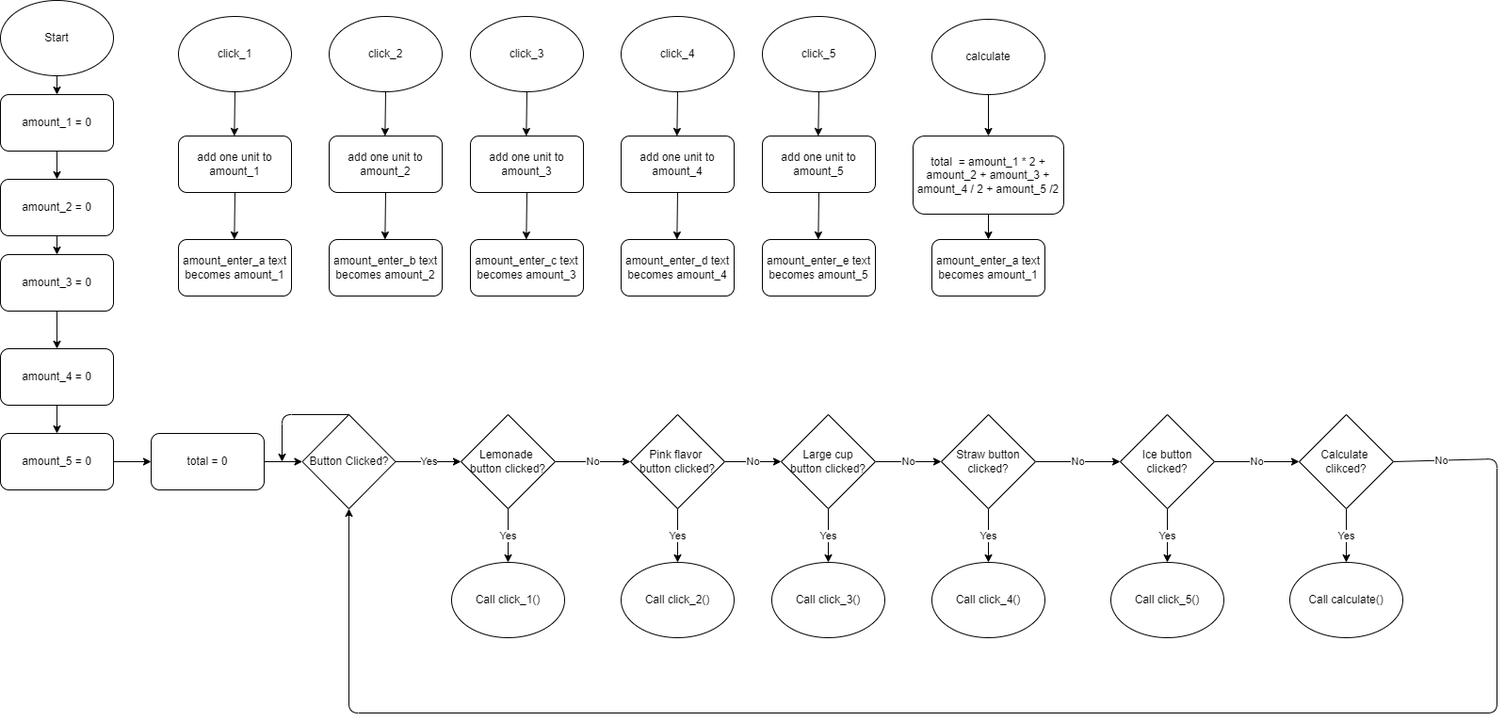
Above: lemonade_flowchart.png in MAL-12DGT-2025/tkinter-projects-oa22010 (draw.io), before the change. Source tidied: cells renumbered, new cells last; positions are measured from the earlier drawing's top-left corner, leaving out a move shared by most shapes.
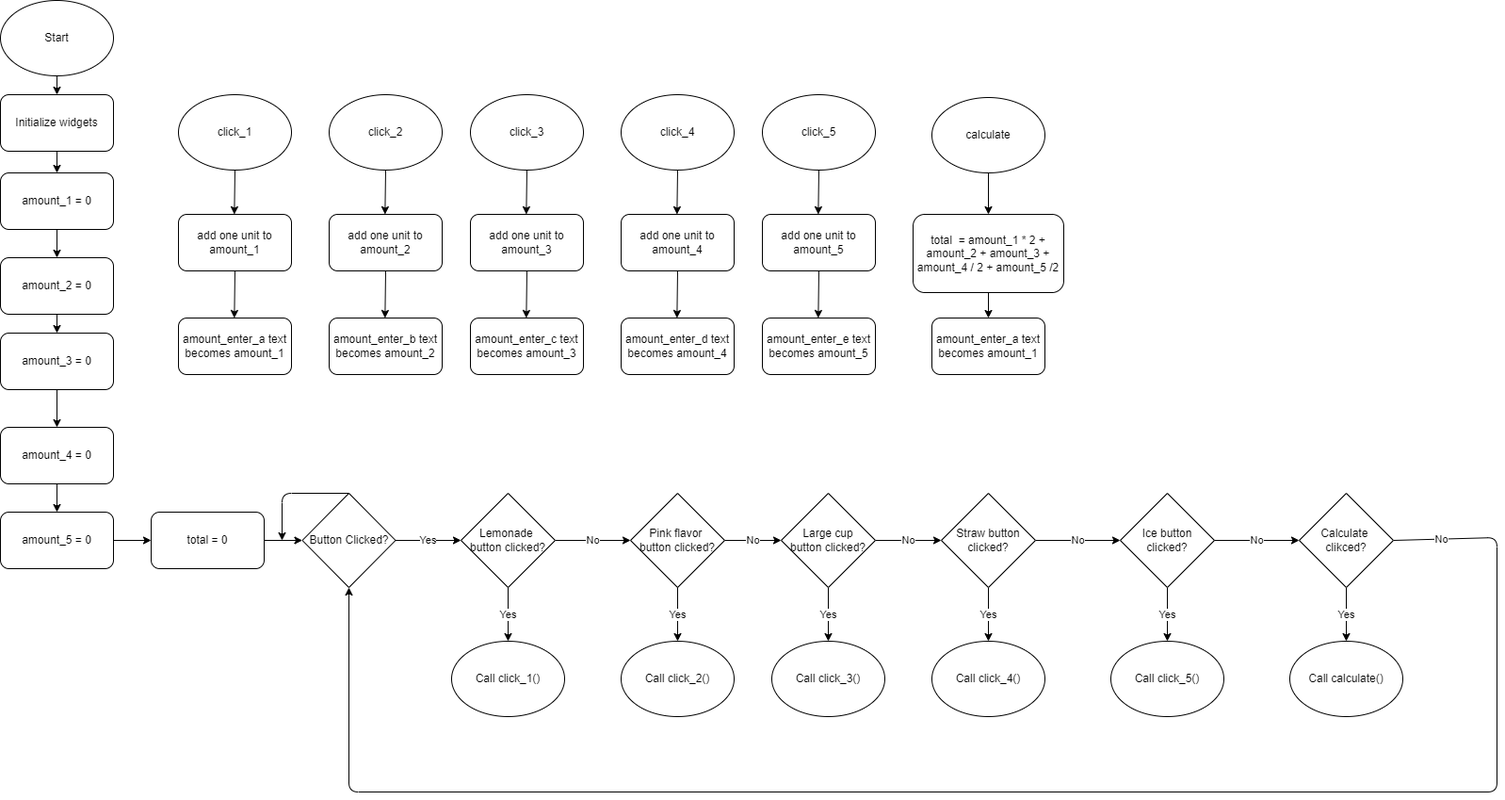
Later version of the same file.

Commit message:
Finished lemonade flowchart and started bible flowchart

The edit, as a diff of the source:
```diff
@@ -2,9 +2,6 @@
   <root>
     <mxCell id="0" />
     <mxCell id="1" parent="0" />
-    <mxCell id="2" style="edgeStyle=none;html=1;exitX=0.5;exitY=1;exitDx=0;exitDy=0;entryX=0.5;entryY=0;entryDx=0;entryDy=0;" parent="1" edge="1" source="16" target="4">
-      <mxGeometry relative="1" as="geometry" />
-    </mxCell>
     <mxCell id="3" style="edgeStyle=none;html=1;exitX=0.5;exitY=1;exitDx=0;exitDy=0;entryX=0.5;entryY=0;entryDx=0;entryDy=0;" parent="1" edge="1" source="4" target="6">
       <mxGeometry relative="1" as="geometry" />
     </mxCell>
@@ -44,8 +41,11 @@
     <mxCell id="15" value="Button Clicked?" style="rhombus;whiteSpace=wrap;html=1;" parent="1" vertex="1">
       <mxGeometry x="320.5" y="440" width="99" height="100" as="geometry" />
     </mxCell>
+    <mxCell id="74" style="edgeStyle=none;html=1;exitX=0.5;exitY=1;exitDx=0;exitDy=0;entryX=0.5;entryY=0;entryDx=0;entryDy=0;" parent="1" edge="1" source="16" target="76">
+      <mxGeometry relative="1" as="geometry" />
+    </mxCell>
     <mxCell id="16" value="Start" style="ellipse;whiteSpace=wrap;html=1;" parent="1" vertex="1">
-      <mxGeometry width="120" height="80" as="geometry" />
+      <mxGeometry y="-83" width="120" height="80" as="geometry" />
     </mxCell>
     <mxCell id="17" value="Yes" style="edgeStyle=none;html=1;exitX=1;exitY=0.5;exitDx=0;exitDy=0;entryX=0;entryY=0.5;entryDx=0;entryDy=0;" parent="1" edge="1" source="15" target="22">
       <mxGeometry relative="1" as="geometry" />
@@ -272,5 +272,11 @@
     <mxCell id="73" value="amount_enter_a text becomes amount_1" style="rounded=1;whiteSpace=wrap;html=1;" parent="1" vertex="1">
       <mxGeometry x="989" y="254" width="120" height="60" as="geometry" />
     </mxCell>
+    <mxCell id="75" style="edgeStyle=none;html=1;exitX=0.5;exitY=1;exitDx=0;exitDy=0;entryX=0.5;entryY=0;entryDx=0;entryDy=0;" parent="1" edge="1" source="76" target="4">
+      <mxGeometry relative="1" as="geometry" />
+    </mxCell>
+    <mxCell id="76" value="Initialize widgets" style="rounded=1;whiteSpace=wrap;html=1;" parent="1" vertex="1">
+      <mxGeometry y="17" width="120" height="60" as="geometry" />
+    </mxCell>
   </root>
 </mxGraphModel>
```
